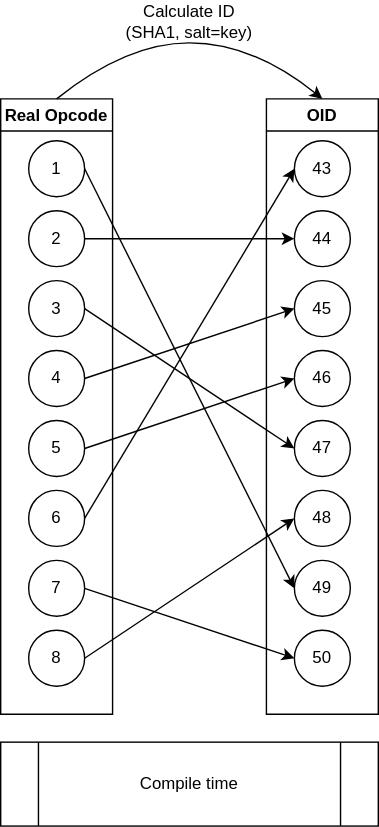
Earlier version of the draw.io export assets/opcode_to_OID.svg (25077667/VMPilot). Source tidied: cells renumbered, new cells last; positions are measured from the earlier drawing's top-left corner, leaving out a move shared by most shapes.
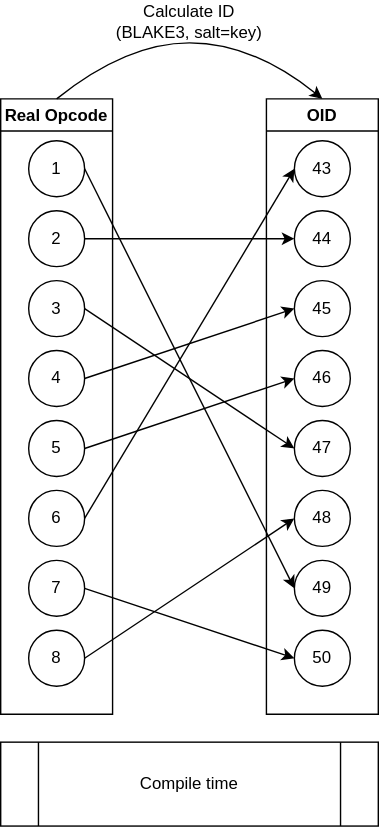
Above is the later version.

Commit message:
fix: opcode_to_OID svg hash algo to BLAKE3

What changed in the source:
```diff
@@ -94,7 +94,7 @@
         </Array>
       </mxGeometry>
     </mxCell>
-    <mxCell id="31" value="Calculate ID&lt;br&gt;(SHA1, salt=key)" style="text;html=1;strokeColor=none;fillColor=none;align=center;verticalAlign=middle;whiteSpace=wrap;rounded=0;" parent="3" vertex="1">
+    <mxCell id="31" value="Calculate ID&lt;br&gt;(BLAKE3, salt=key)" style="text;html=1;strokeColor=none;fillColor=none;align=center;verticalAlign=middle;whiteSpace=wrap;rounded=0;" parent="3" vertex="1">
       <mxGeometry x="75" width="120" height="30" as="geometry" />
     </mxCell>
     <mxCell id="32" value="Compile time" style="shape=process;whiteSpace=wrap;html=1;backgroundOutline=1;" parent="2" vertex="1">
```
